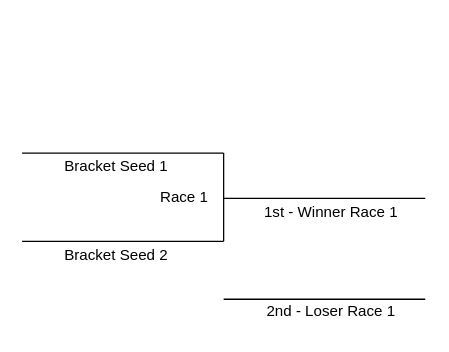
This is static/extra/CanAm-championship.drawio from bhall2001/flyballmanager-www, a draw.io file, before an edit. Source tidied: cells renumbered, new cells numbered last; positions are measured from the earlier drawing's top-left corner, leaving out a move shared by most shapes. Both pictures are drawn from the tidied source at 126%, with x=0, y=0 at pixel (21, 147).
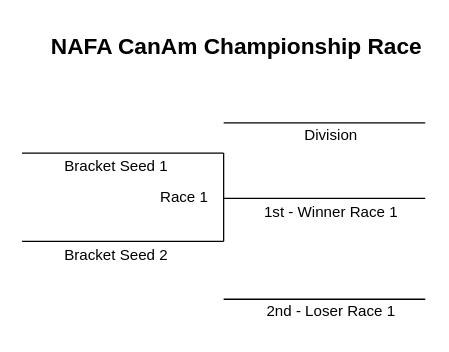
The same diagram, later.

The edit, as a diff of the source:
```diff
@@
+    <mxCell id="13" value="NAFA CanAm Championship Race" style="text;html=1;align=center;verticalAlign=middle;strokeColor=none;fillColor=none;fontStyle=1;fontSize=18;" parent="1" vertex="1">
+      <mxGeometry x="20" y="-100" width="300" height="40" as="geometry" />
+    </mxCell>
+    <mxCell id="14" style="endArrow=none;html=1;rounded=0;" parent="1" edge="1">
+      <mxGeometry relative="1" as="geometry">
+        <mxPoint x="160" y="-20" as="sourcePoint" />
+        <mxPoint x="320" y="-20" as="targetPoint" />
+      </mxGeometry>
+    </mxCell>
+    <mxCell id="15" value="Division" style="text;html=1;align=center;verticalAlign=middle;whiteSpace=wrap;rounded=0;" parent="1" vertex="1">
+      <mxGeometry x="190" y="-25" width="111" height="30" as="geometry" />
+    </mxCell>
```
